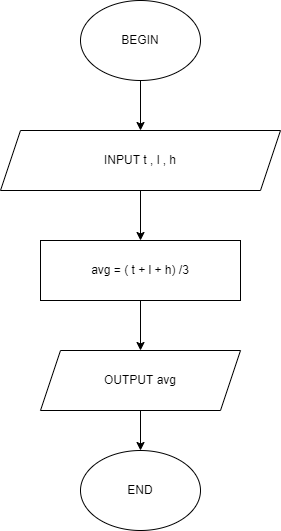
Before: module1/ss3_mo_ta_thuat_toan_bang_pseudo_code_flowchart/thuc_hanh/ThuatToanTinhDiemTrungBinh.doc.png, a diagram exported from draw.io (thanhhungvo99/C1121G1-VOThanhHung). Source tidied: cells renumbered, new cells last; positions are measured from the earlier drawing's top-left corner, leaving out a move shared by most shapes. Its diagram source:
```xml
<mxGraphModel>
  <root>
    <mxCell id="0" />
    <mxCell id="1" parent="0" />
    <mxCell id="2" value="BEGIN" style="ellipse;whiteSpace=wrap;html=1;" parent="1" vertex="1">
      <mxGeometry x="80" width="120" height="80" as="geometry" />
    </mxCell>
    <mxCell id="3" value="INPUT t , l , h" style="shape=parallelogram;perimeter=parallelogramPerimeter;whiteSpace=wrap;html=1;fixedSize=1;" parent="1" vertex="1">
      <mxGeometry y="130" width="280" height="60" as="geometry" />
    </mxCell>
    <mxCell id="4" style="endArrow=classic;html=1;rounded=0;exitX=0.5;exitY=1;exitDx=0;exitDy=0;entryX=0.5;entryY=0;entryDx=0;entryDy=0;" parent="1" edge="1" source="2" target="3">
      <mxGeometry relative="1" as="geometry" />
    </mxCell>
    <mxCell id="5" style="endArrow=classic;html=1;rounded=0;entryX=0.5;entryY=0;entryDx=0;entryDy=0;" parent="1" edge="1">
      <mxGeometry relative="1" as="geometry">
        <mxPoint x="140" y="190" as="sourcePoint" />
        <mxPoint x="140" y="240" as="targetPoint" />
      </mxGeometry>
    </mxCell>
    <mxCell id="6" style="endArrow=classic;html=1;rounded=0;" parent="1" edge="1">
      <mxGeometry relative="1" as="geometry">
        <mxPoint x="140" y="300" as="sourcePoint" />
        <mxPoint x="140" y="290" as="targetPoint" />
      </mxGeometry>
    </mxCell>
    <mxCell id="7" value="avg = ( t + l + h) /3" style="rounded=0;whiteSpace=wrap;html=1;" parent="1" vertex="1">
      <mxGeometry x="40" y="240" width="200" height="60" as="geometry" />
    </mxCell>
    <mxCell id="8" style="endArrow=classic;html=1;rounded=0;" parent="1" edge="1">
      <mxGeometry relative="1" as="geometry">
        <mxPoint x="140" y="300" as="sourcePoint" />
        <mxPoint x="140" y="350" as="targetPoint" />
      </mxGeometry>
    </mxCell>
    <mxCell id="9" value="OUTPUT avg" style="shape=parallelogram;perimeter=parallelogramPerimeter;whiteSpace=wrap;html=1;fixedSize=1;" parent="1" vertex="1">
      <mxGeometry x="40" y="350" width="200" height="60" as="geometry" />
    </mxCell>
    <mxCell id="10" style="endArrow=classic;html=1;rounded=0;" parent="1" edge="1" target="11">
      <mxGeometry relative="1" as="geometry">
        <mxPoint x="140" y="410" as="sourcePoint" />
      </mxGeometry>
    </mxCell>
    <mxCell id="11" value="END" style="ellipse;whiteSpace=wrap;html=1;" parent="1" vertex="1">
      <mxGeometry x="80" y="450" width="120" height="80" as="geometry" />
    </mxCell>
  </root>
</mxGraphModel>
```
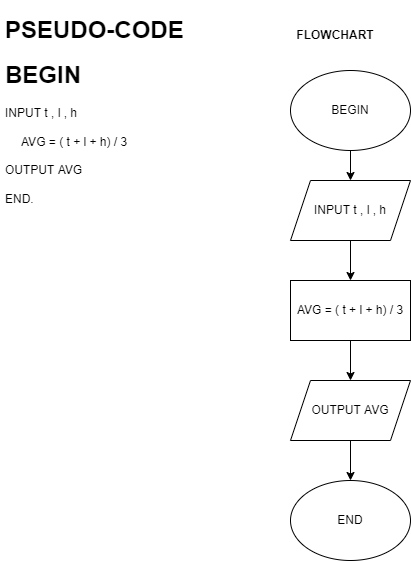
After the commit.

What changed in the source:
```diff
@@ -3,45 +3,37 @@
     <mxCell id="0" />
     <mxCell id="1" parent="0" />
     <mxCell id="2" value="BEGIN" style="ellipse;whiteSpace=wrap;html=1;" parent="1" vertex="1">
-      <mxGeometry x="80" width="120" height="80" as="geometry" />
+      <mxGeometry x="160" y="280" width="120" height="80" as="geometry" />
     </mxCell>
+    <mxCell id="4" style="endArrow=classic;html=1;rounded=0;exitX=0.5;exitY=1;exitDx=0;exitDy=0;" parent="1" edge="1" source="2" target="3">
+      <mxGeometry relative="1" as="geometry" />
+    </mxCell>
     <mxCell id="3" value="INPUT t , l , h" style="shape=parallelogram;perimeter=parallelogramPerimeter;whiteSpace=wrap;html=1;fixedSize=1;" parent="1" vertex="1">
-      <mxGeometry y="130" width="280" height="60" as="geometry" />
+      <mxGeometry x="160" y="390" width="120" height="60" as="geometry" />
     </mxCell>
-    <mxCell id="4" style="endArrow=classic;html=1;rounded=0;exitX=0.5;exitY=1;exitDx=0;exitDy=0;entryX=0.5;entryY=0;entryDx=0;entryDy=0;" parent="1" edge="1" source="2" target="3">
-      <mxGeometry relative="1" as="geometry" />
-    </mxCell>
-    <mxCell id="5" style="endArrow=classic;html=1;rounded=0;entryX=0.5;entryY=0;entryDx=0;entryDy=0;" parent="1" edge="1">
-      <mxGeometry relative="1" as="geometry">
-        <mxPoint x="140" y="190" as="sourcePoint" />
-        <mxPoint x="140" y="240" as="targetPoint" />
-      </mxGeometry>
-    </mxCell>
-    <mxCell id="6" style="endArrow=classic;html=1;rounded=0;" parent="1" edge="1">
-      <mxGeometry relative="1" as="geometry">
-        <mxPoint x="140" y="300" as="sourcePoint" />
-        <mxPoint x="140" y="290" as="targetPoint" />
-      </mxGeometry>
-    </mxCell>
-    <mxCell id="7" value="avg = ( t + l + h) /3" style="rounded=0;whiteSpace=wrap;html=1;" parent="1" vertex="1">
-      <mxGeometry x="40" y="240" width="200" height="60" as="geometry" />
-    </mxCell>
-    <mxCell id="8" style="endArrow=classic;html=1;rounded=0;" parent="1" edge="1">
-      <mxGeometry relative="1" as="geometry">
-        <mxPoint x="140" y="300" as="sourcePoint" />
-        <mxPoint x="140" y="350" as="targetPoint" />
-      </mxGeometry>
-    </mxCell>
-    <mxCell id="9" value="OUTPUT avg" style="shape=parallelogram;perimeter=parallelogramPerimeter;whiteSpace=wrap;html=1;fixedSize=1;" parent="1" vertex="1">
-      <mxGeometry x="40" y="350" width="200" height="60" as="geometry" />
-    </mxCell>
-    <mxCell id="10" style="endArrow=classic;html=1;rounded=0;" parent="1" edge="1" target="11">
-      <mxGeometry relative="1" as="geometry">
-        <mxPoint x="140" y="410" as="sourcePoint" />
-      </mxGeometry>
-    </mxCell>
+    <mxCell id="12" value="&lt;h1&gt;PSEUDO-CODE&lt;/h1&gt;&lt;h1&gt;BEGIN&lt;/h1&gt;&lt;div&gt;INPUT t , l , h&lt;/div&gt;&lt;div&gt;&lt;br&gt;&lt;/div&gt;&lt;div&gt;&amp;nbsp; &amp;nbsp; &amp;nbsp;AVG = ( t + l + h) / 3&lt;/div&gt;&lt;div&gt;&lt;br&gt;&lt;/div&gt;&lt;div&gt;OUTPUT AVG&lt;/div&gt;&lt;div&gt;&lt;br&gt;&lt;/div&gt;&lt;div&gt;&lt;span&gt;END.&lt;/span&gt;&lt;br&gt;&lt;/div&gt;&lt;div&gt;&lt;br&gt;&lt;/div&gt;" style="text;html=1;strokeColor=none;fillColor=none;spacing=5;spacingTop=-20;whiteSpace=wrap;overflow=hidden;rounded=0;" parent="1" vertex="1">
+      <mxGeometry x="-130" y="220" width="250" height="420" as="geometry" />
+    </mxCell>
+    <mxCell id="13" value="&lt;b&gt;FLOWCHART&lt;/b&gt;" style="text;html=1;strokeColor=none;fillColor=none;align=center;verticalAlign=middle;whiteSpace=wrap;rounded=0;" parent="1" vertex="1">
+      <mxGeometry x="175" y="230" width="60" height="30" as="geometry" />
+    </mxCell>
+    <mxCell id="14" value="AVG = ( t + l + h) / 3" style="rounded=0;whiteSpace=wrap;html=1;" parent="1" vertex="1">
+      <mxGeometry x="160" y="490" width="120" height="60" as="geometry" />
+    </mxCell>
+    <mxCell id="15" value="OUTPUT AVG" style="shape=parallelogram;perimeter=parallelogramPerimeter;whiteSpace=wrap;html=1;fixedSize=1;" parent="1" vertex="1">
+      <mxGeometry x="160" y="590" width="120" height="60" as="geometry" />
+    </mxCell>
     <mxCell id="11" value="END" style="ellipse;whiteSpace=wrap;html=1;" parent="1" vertex="1">
-      <mxGeometry x="80" y="450" width="120" height="80" as="geometry" />
+      <mxGeometry x="160" y="690" width="120" height="80" as="geometry" />
     </mxCell>
+    <mxCell id="16" style="endArrow=classic;html=1;rounded=0;exitX=0.5;exitY=1;exitDx=0;exitDy=0;entryX=0.5;entryY=0;entryDx=0;entryDy=0;" parent="1" edge="1" source="3" target="14">
+      <mxGeometry relative="1" as="geometry" />
+    </mxCell>
+    <mxCell id="17" style="endArrow=classic;html=1;rounded=0;exitX=0.5;exitY=1;exitDx=0;exitDy=0;entryX=0.5;entryY=0;entryDx=0;entryDy=0;" parent="1" edge="1" source="14" target="15">
+      <mxGeometry relative="1" as="geometry" />
+    </mxCell>
+    <mxCell id="18" style="endArrow=classic;html=1;rounded=0;exitX=0.5;exitY=1;exitDx=0;exitDy=0;entryX=0.5;entryY=0;entryDx=0;entryDy=0;" parent="1" edge="1" source="15" target="11">
+      <mxGeometry relative="1" as="geometry" />
+    </mxCell>
   </root>
 </mxGraphModel>
```
